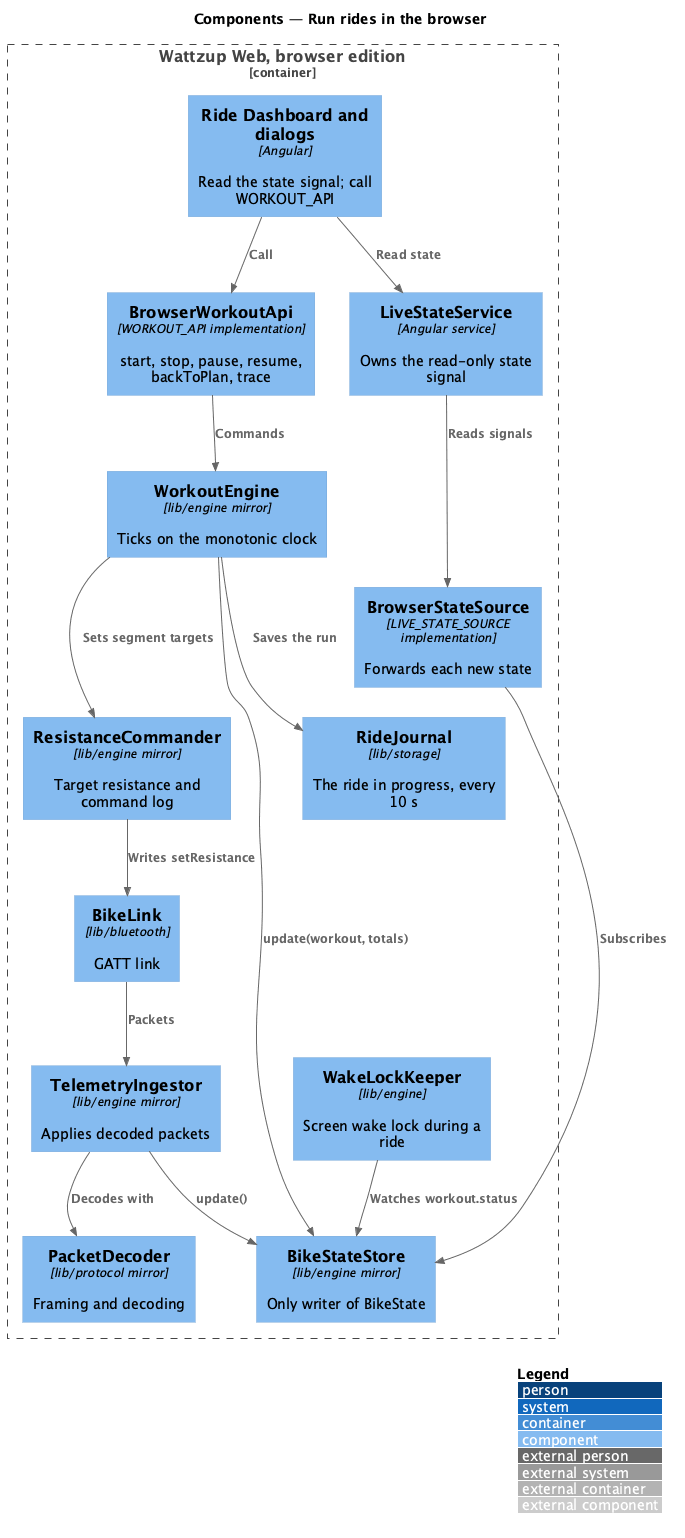
QuinntyneBrown/ride-one keeps this PlantUML diagram as docs/detailed-designs/browser-edition/run-rides-in-browser/diagrams/c4-component.png. Above is the earlier version.
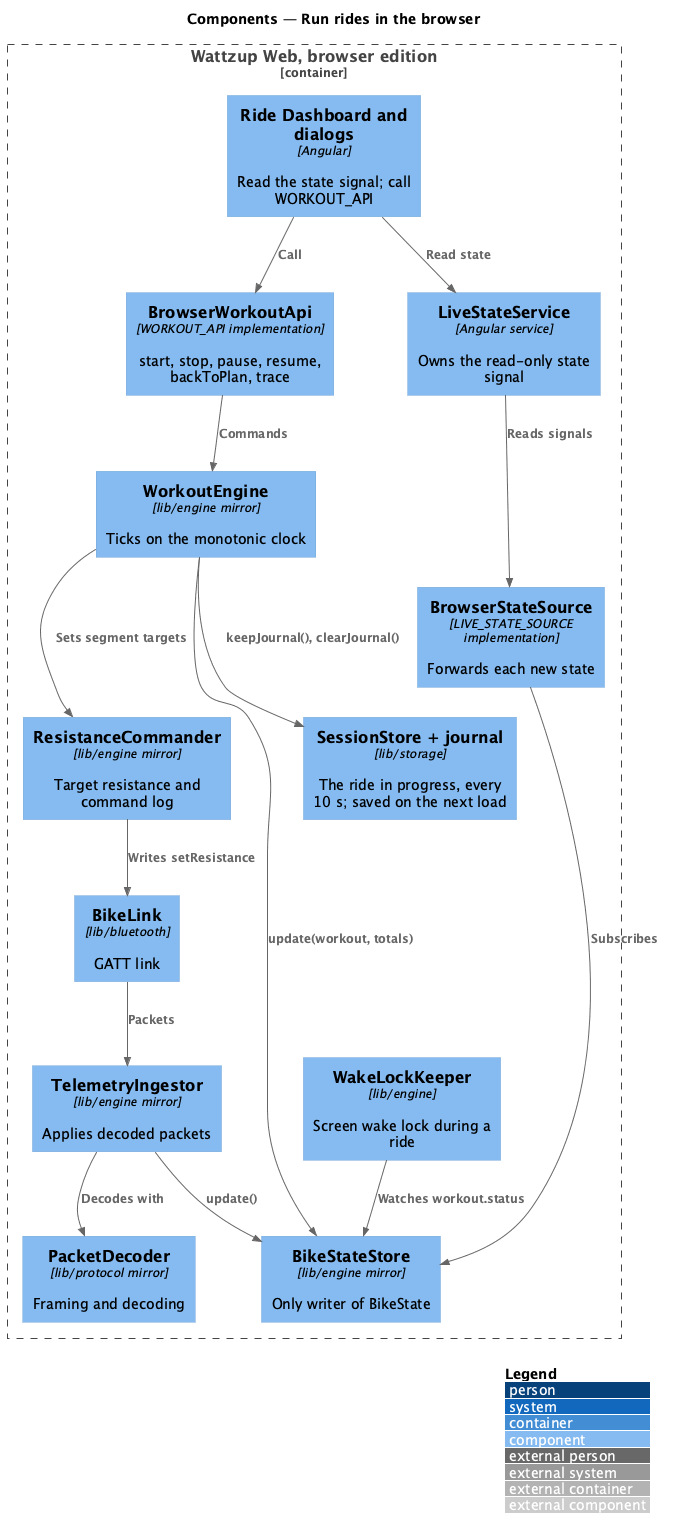
Later version of the same file.

What changed in the source:
```diff
@@ -14,7 +14,7 @@
   Component(store, "BikeStateStore", "lib/engine mirror", "Only writer of BikeState")
   Component(engine, "WorkoutEngine", "lib/engine mirror", "Ticks on the monotonic clock")
   Component(cmd, "ResistanceCommander", "lib/engine mirror", "Target resistance and command log")
-  Component(journal, "RideJournal", "lib/storage", "The ride in progress, every 10 s")
+  Component(journal, "SessionStore + journal", "lib/storage", "The ride in progress, every 10 s; saved on the next load")
   Component(wake, "WakeLockKeeper", "lib/engine", "Screen wake lock during a ride")
 }
 Rel(pages, live, "Read state")
@@ -28,6 +28,6 @@
 Rel(engine, cmd, "Sets segment targets")
 Rel(cmd, link, "Writes setResistance")
 Rel(engine, store, "update(workout, totals)")
-Rel(engine, journal, "Saves the run")
+Rel(engine, journal, "keepJournal(), clearJournal()")
 Rel(wake, store, "Watches workout.status")
 @enduml
```
